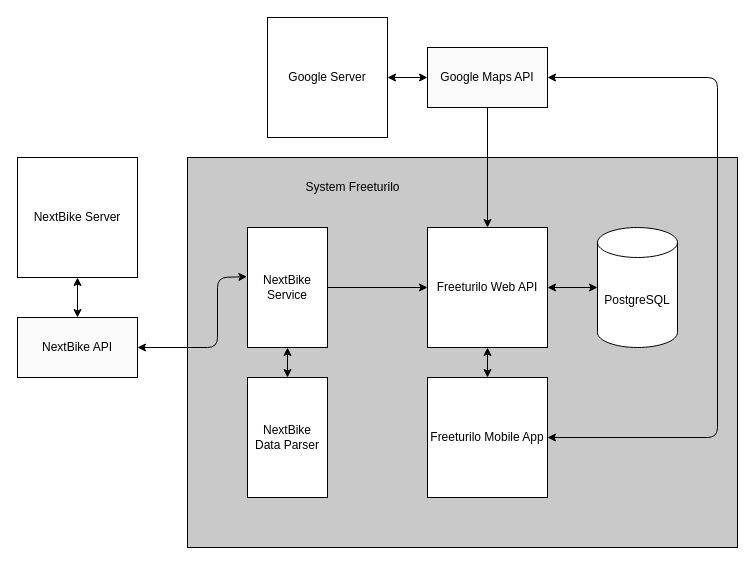
The draw.io diagram diagramy/architektura.drawio in Freeturilo/FreeturiloDocumentation, before the edit. Source tidied: cells renumbered, new cells numbered last; positions are measured from the earlier drawing's top-left corner, leaving out a move shared by most shapes. Both pictures are drawn from the tidied source at 100%, with x=0, y=0 at pixel (17, 17).
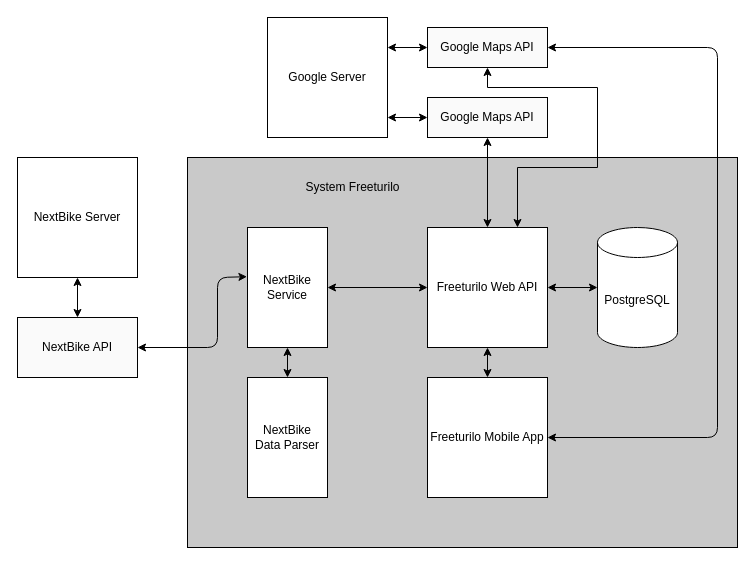
Above is the later version.

The change refers to these unchanged cells:
```xml
<mxCell id="4" value="NextBike Service" style="rounded=0;whiteSpace=wrap;html=1;" parent="1" vertex="1">
  <mxGeometry x="230" y="210" width="80" height="120" as="geometry" />
</mxCell>
<mxCell id="6" value="Freeturilo Web API" style="whiteSpace=wrap;html=1;" parent="1" vertex="1">
  <mxGeometry x="410" y="210" width="120" height="120" as="geometry" />
</mxCell>
<mxCell id="8" value="Freeturilo Mobile App" style="whiteSpace=wrap;html=1;" parent="1" vertex="1">
  <mxGeometry x="410" y="360" width="120" height="120" as="geometry" />
</mxCell>
<mxCell id="17" value="Google Server" style="rounded=0;whiteSpace=wrap;html=1;" parent="1" vertex="1">
  <mxGeometry x="250" width="120" height="120" as="geometry" />
</mxCell>
```

The edit, as a diff of the source:
```diff
@@
-    <mxCell id="11" style="endArrow=classic;html=1;exitX=1;exitY=0.5;exitDx=0;exitDy=0;entryX=0;entryY=0.5;entryDx=0;entryDy=0;" parent="1" edge="1" source="4" target="6">
+    <mxCell id="11" style="endArrow=classic;html=1;exitX=1;exitY=0.5;exitDx=0;exitDy=0;entryX=0;entryY=0.5;entryDx=0;entryDy=0;startArrow=classic;startFill=1;" parent="1" edge="1" source="4" target="6">
       <mxGeometry relative="1" as="geometry" />
     </mxCell>
@@
     <mxCell id="18" value="Google Maps API" style="rounded=0;whiteSpace=wrap;html=1;fillColor=#FAFAFA;" parent="1" vertex="1">
-      <mxGeometry x="410" y="30" width="120" height="60" as="geometry" />
+      <mxGeometry x="410" y="10" width="120" height="40" as="geometry" />
     </mxCell>
-    <mxCell id="19" style="endArrow=classic;startArrow=classic;html=1;rounded=0;exitX=0;exitY=0.5;exitDx=0;exitDy=0;entryX=1;entryY=0.5;entryDx=0;entryDy=0;" parent="1" edge="1" source="18" target="17">
+    <mxCell id="19" style="endArrow=classic;startArrow=classic;html=1;rounded=0;exitX=0;exitY=0.5;exitDx=0;exitDy=0;entryX=1;entryY=0.25;entryDx=0;entryDy=0;" parent="1" edge="1" source="18" target="17">
       <mxGeometry relative="1" as="geometry" />
     </mxCell>
-    <mxCell id="20" style="endArrow=classic;html=1;rounded=0;exitX=0.5;exitY=1;exitDx=0;exitDy=0;entryX=0.5;entryY=0;entryDx=0;entryDy=0;" parent="1" edge="1" source="18" target="6">
-      <mxGeometry relative="1" as="geometry" />
+    <mxCell id="20" style="endArrow=classic;html=1;rounded=0;entryX=0.75;entryY=0;entryDx=0;entryDy=0;startArrow=classic;exitX=0.5;exitY=1;exitDx=0;exitDy=0;startFill=1;" parent="1" edge="1" source="18" target="6">
+      <mxGeometry relative="1" as="geometry">
+        <Array as="points">
+          <mxPoint x="470" y="70" />
+          <mxPoint x="580" y="70" />
+          <mxPoint x="580" y="150" />
+          <mxPoint x="500" y="150" />
+        </Array>
+      </mxGeometry>
     </mxCell>
     <mxCell id="21" style="endArrow=classic;startArrow=classic;html=1;exitX=1;exitY=0.5;exitDx=0;exitDy=0;entryX=1;entryY=0.5;entryDx=0;entryDy=0;" parent="1" edge="1" source="8" target="18">
       <mxGeometry relative="1" as="geometry">
         <Array as="points">
           <mxPoint x="700" y="420" />
-          <mxPoint x="700" y="60" />
+          <mxPoint x="700" y="30" />
         </Array>
       </mxGeometry>
     </mxCell>
+    <mxCell id="22" value="Google Maps API" style="rounded=0;whiteSpace=wrap;html=1;fillColor=#FAFAFA;" parent="1" vertex="1">
+      <mxGeometry x="410" y="80" width="120" height="40" as="geometry" />
+    </mxCell>
+    <mxCell id="23" style="endArrow=classic;html=1;rounded=0;entryX=0.5;entryY=0;entryDx=0;entryDy=0;startArrow=classic;exitX=0.5;exitY=1;exitDx=0;exitDy=0;startFill=1;" parent="1" edge="1" source="22" target="6">
+      <mxGeometry relative="1" as="geometry" />
+    </mxCell>
+    <mxCell id="24" style="endArrow=classic;startArrow=classic;html=1;rounded=0;exitX=0;exitY=0.5;exitDx=0;exitDy=0;" parent="1" edge="1" source="22">
+      <mxGeometry relative="1" as="geometry">
+        <mxPoint x="370" y="100" as="targetPoint" />
+      </mxGeometry>
+    </mxCell>
```
